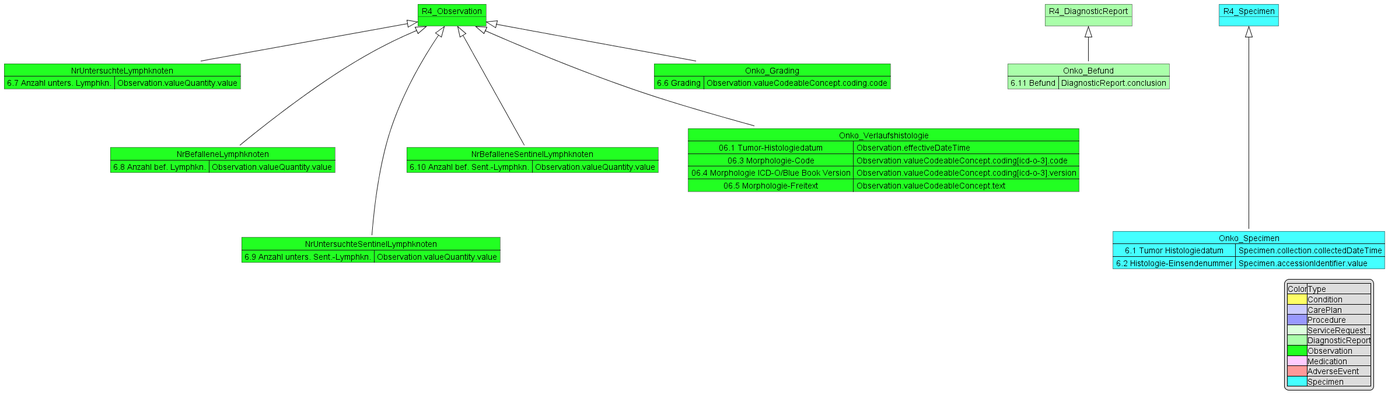
Above: input/images/MII_Onko_06_Histologie.png in medizininformatik-initiative/kerndatensatzmodul-onkologie (PlantUML), before the change.
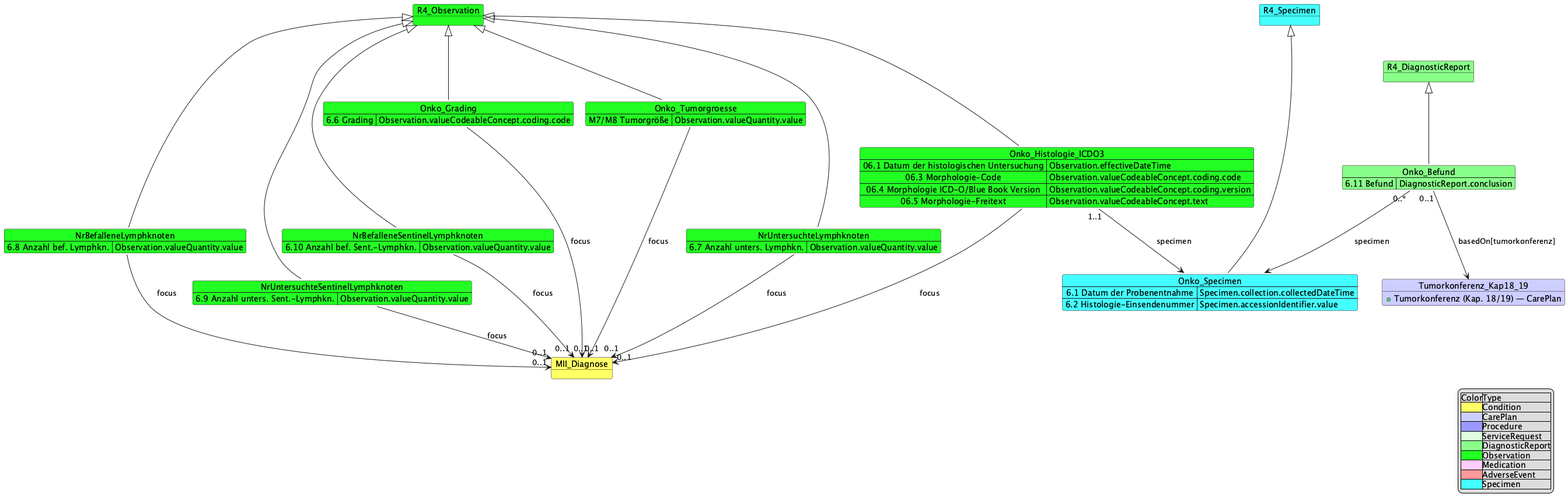
After the change.

Diff of the diagram source:
```diff
@@ -2,62 +2,84 @@
 
 object R4_Observation #22FF22
 
-Map  NrUntersuchteLymphknoten #22FF22 {
+map NrUntersuchteLymphknoten #22FF22 {
     6.7 Anzahl unters. Lymphkn. => Observation.valueQuantity.value
 }
 
 R4_Observation <|-down- NrUntersuchteLymphknoten
 
-Map NrBefalleneLymphknoten #22FF22 {
+map NrBefalleneLymphknoten #22FF22 {
 6.8 Anzahl bef. Lymphkn. => Observation.valueQuantity.value
 }
 R4_Observation <|-down-- NrBefalleneLymphknoten
 
 
-Map NrUntersuchteSentinelLymphknoten  #22FF22{
+map NrUntersuchteSentinelLymphknoten  #22FF22 {
 6.9 Anzahl unters. Sent.-Lymphkn. => Observation.valueQuantity.value
 }
 
 R4_Observation <|-down--- NrUntersuchteSentinelLymphknoten
 
-Map NrBefalleneSentinelLymphknoten  #22FF22{
+map NrBefalleneSentinelLymphknoten  #22FF22 {
 6.10 Anzahl bef. Sent.-Lymphkn. => Observation.valueQuantity.value
 }
 R4_Observation <|-down-- NrBefalleneSentinelLymphknoten
 
-Map Onko_Verlaufshistologie #22FF22 {
-    06.1 Tumor-Histologiedatum=> Observation.effectiveDateTime
-    06.3 Morphologie-Code => Observation.valueCodeableConcept.coding[icd-o-3].code
-    06.4 Morphologie ICD-O/Blue Book Version => Observation.valueCodeableConcept.coding[icd-o-3].version
+map Onko_Histologie_ICDO3 #22FF22 {
+    06.1 Datum der histologischen Untersuchung => Observation.effectiveDateTime
+    06.3 Morphologie-Code => Observation.valueCodeableConcept.coding.code
+    06.4 Morphologie ICD-O/Blue Book Version => Observation.valueCodeableConcept.coding.version
     06.5 Morphologie-Freitext => Observation.valueCodeableConcept.text
 }
 
 
-R4_Observation <|-down-- Onko_Verlaufshistologie
+R4_Observation <|-down-- Onko_Histologie_ICDO3
 
 
-Map Onko_Grading #22FF22 {
+map Onko_Grading #22FF22 {
 6.6 Grading =>Observation.valueCodeableConcept.coding.code
 }
 
 
 R4_Observation <|-- Onko_Grading
 
-Map Onko_Befund #AAFFAA{
+map Onko_Tumorgroesse #22FF22 {
+M7/M8 Tumorgröße => Observation.valueQuantity.value
+}
+
+R4_Observation <|-- Onko_Tumorgroesse
+
+map Onko_Befund #88FF88 {
 6.11 Befund => DiagnosticReport.conclusion
 }
 
 
-object R4_DiagnosticReport #AAFFAA
+object R4_DiagnosticReport #88FF88
 R4_DiagnosticReport <|-- Onko_Befund
 
-Map Onko_Specimen #44FFFF {
-6.1 Tumor Histologiedatum => Specimen.collection.collectedDateTime
+map Onko_Specimen #44FFFF {
+6.1 Datum der Probenentnahme => Specimen.collection.collectedDateTime
 6.2 Histologie-Einsendenummer => Specimen.accessionIdentifier.value
 }
 
 object R4_Specimen #44FFFF
 R4_Specimen <|---- Onko_Specimen
+Onko_Histologie_ICDO3 "1..1" --> Onko_Specimen : specimen
+Onko_Befund "0..*" --> Onko_Specimen : specimen
+
+object Tumorkonferenz_Kap18_19 #CCCCFF {
+    + Tumorkonferenz (Kap. 18/19) — CarePlan
+}
+Onko_Befund "0..1" --> Tumorkonferenz_Kap18_19 : basedOn[tumorkonferenz]
+
+object MII_Diagnose #FFFF66
+Onko_Histologie_ICDO3 --> "0..1" MII_Diagnose : focus
+Onko_Grading --> "0..1" MII_Diagnose : focus
+Onko_Tumorgroesse --> "0..1" MII_Diagnose : focus
+NrUntersuchteLymphknoten --> "0..1" MII_Diagnose : focus
+NrBefalleneLymphknoten --> "0..1" MII_Diagnose : focus
+NrUntersuchteSentinelLymphknoten --> "0..1" MII_Diagnose : focus
+NrBefalleneSentinelLymphknoten --> "0..1" MII_Diagnose : focus
 
 legend right
 |Color|Type|
@@ -65,7 +87,7 @@
 |<#CCCCFF>|CarePlan|
 |<#9999FF>|Procedure|
 |<#DDFFDD>|ServiceRequest|
-|<#AAFFAA>|DiagnosticReport|
+|<#88FF88>|DiagnosticReport|
 |<#22FF22>|Observation|
 |<#FFCCFF>|Medication|
 |<#FF9999>|AdverseEvent|
```
